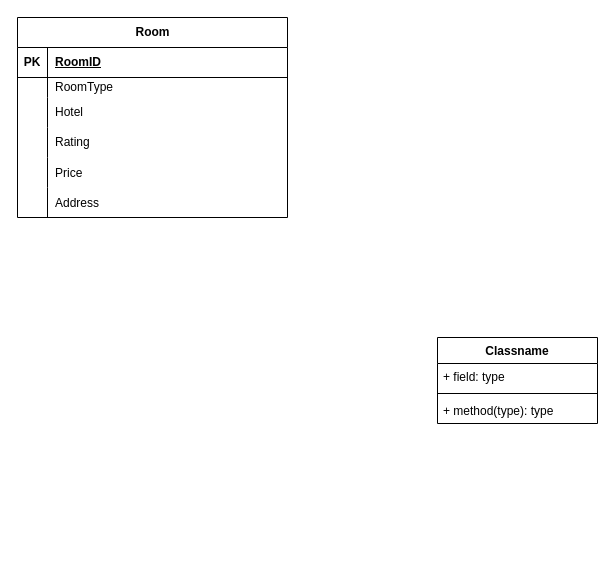
The draw.io diagram Window Final Term Project.drawio in hamegy08lleo/Window-Final-Term-Projcet-WPF-, before the edit. Source tidied: cells renumbered, new cells numbered last; positions are measured from the earlier drawing's top-left corner, leaving out a move shared by most shapes. Both pictures are drawn from the tidied source at 100%, with x=0, y=0 at pixel (17, 17).
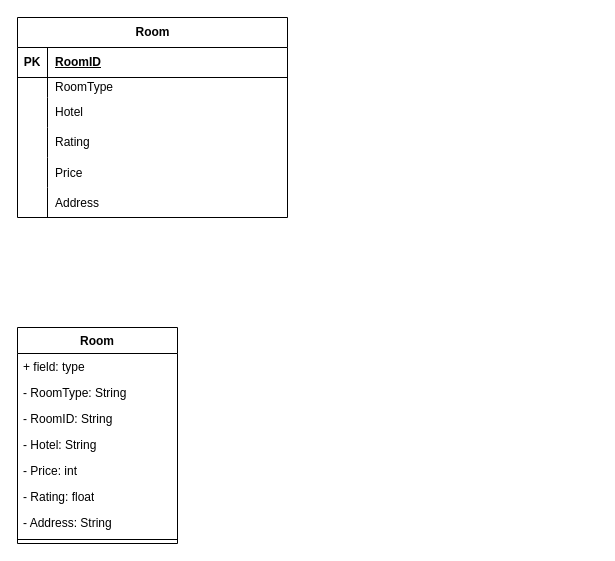
The same diagram, later.

What changed in the source:
```diff
@@
-    <mxCell id="21" value="Classname" style="swimlane;fontStyle=1;align=center;verticalAlign=top;horizontal=1;startSize=26;whiteSpace=wrap;html=1;" parent="1" vertex="1">
-      <mxGeometry x="420" y="320" width="160" height="86" as="geometry" />
+    <mxCell id="21" value="Room" style="swimlane;fontStyle=1;align=center;verticalAlign=top;horizontal=1;startSize=26;whiteSpace=wrap;html=1;" parent="1" vertex="1">
+      <mxGeometry y="310" width="160" height="216" as="geometry" />
     </mxCell>
@@
+    <mxCell id="25" value="- RoomType: String" style="text;strokeColor=none;fillColor=none;align=left;verticalAlign=top;spacingLeft=4;spacingRight=4;overflow=hidden;whiteSpace=wrap;html=1;" parent="21" vertex="1">
+      <mxGeometry y="52" width="160" height="26" as="geometry" />
+    </mxCell>
+    <mxCell id="26" value="- RoomID: String" style="text;strokeColor=none;fillColor=none;align=left;verticalAlign=top;spacingLeft=4;spacingRight=4;overflow=hidden;whiteSpace=wrap;html=1;" parent="21" vertex="1">
+      <mxGeometry y="78" width="160" height="26" as="geometry" />
+    </mxCell>
+    <mxCell id="27" value="- Hotel: String" style="text;strokeColor=none;fillColor=none;align=left;verticalAlign=top;spacingLeft=4;spacingRight=4;overflow=hidden;whiteSpace=wrap;html=1;" parent="21" vertex="1">
+      <mxGeometry y="104" width="160" height="26" as="geometry" />
+    </mxCell>
+    <mxCell id="28" value="- Price: int" style="text;strokeColor=none;fillColor=none;align=left;verticalAlign=top;spacingLeft=4;spacingRight=4;overflow=hidden;whiteSpace=wrap;html=1;" parent="21" vertex="1">
+      <mxGeometry y="130" width="160" height="26" as="geometry" />
+    </mxCell>
+    <mxCell id="29" value="- Rating: float" style="text;strokeColor=none;fillColor=none;align=left;verticalAlign=top;spacingLeft=4;spacingRight=4;overflow=hidden;whiteSpace=wrap;html=1;" parent="21" vertex="1">
+      <mxGeometry y="156" width="160" height="26" as="geometry" />
+    </mxCell>
+    <mxCell id="30" value="- Address: String" style="text;strokeColor=none;fillColor=none;align=left;verticalAlign=top;spacingLeft=4;spacingRight=4;overflow=hidden;whiteSpace=wrap;html=1;" parent="21" vertex="1">
+      <mxGeometry y="182" width="160" height="26" as="geometry" />
+    </mxCell>
     <mxCell id="23" style="line;strokeWidth=1;fillColor=none;align=left;verticalAlign=middle;spacingTop=-1;spacingLeft=3;spacingRight=3;labelPosition=right;strokeColor=inherit;" parent="21" vertex="1">
-      <mxGeometry y="52" width="160" height="8" as="geometry" />
+      <mxGeometry y="208" width="160" height="8" as="geometry" />
     </mxCell>
-    <mxCell id="24" value="+ method(type): type" style="text;strokeColor=none;fillColor=none;align=left;verticalAlign=top;spacingLeft=4;spacingRight=4;overflow=hidden;whiteSpace=wrap;html=1;" parent="21" vertex="1">
-      <mxGeometry y="60" width="160" height="26" as="geometry" />
-    </mxCell>
```
